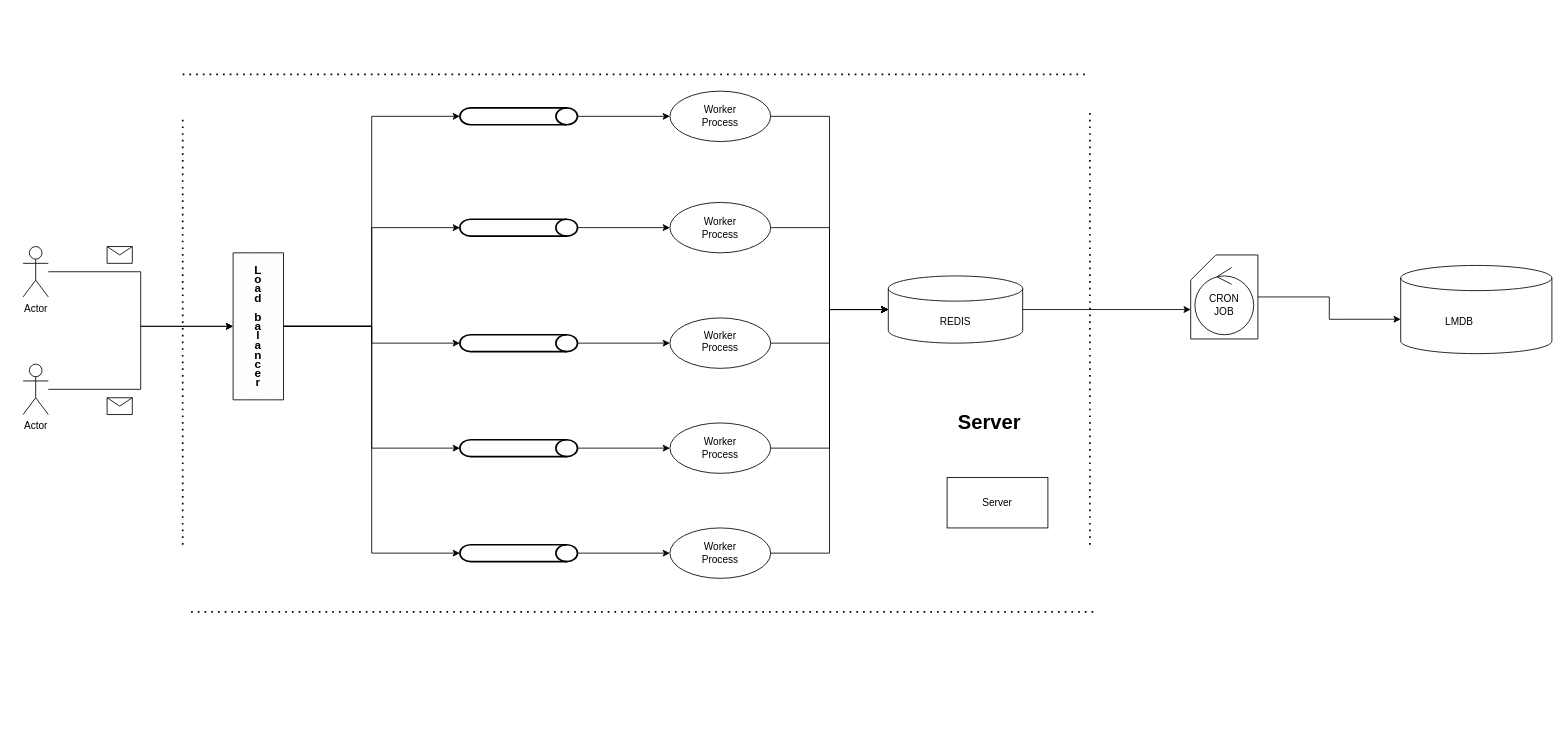
Earlier version of the draw.io diagram msgLengthCntAggrigator.drawio (mr-optimizer/System_architecture_diagrams). Source tidied: cells renumbered, new cells numbered last; positions are measured from the earlier drawing's top-left corner, leaving out a move shared by most shapes. Both pictures are drawn from the tidied source at 84%, with x=0, y=0 at pixel (23, 74).
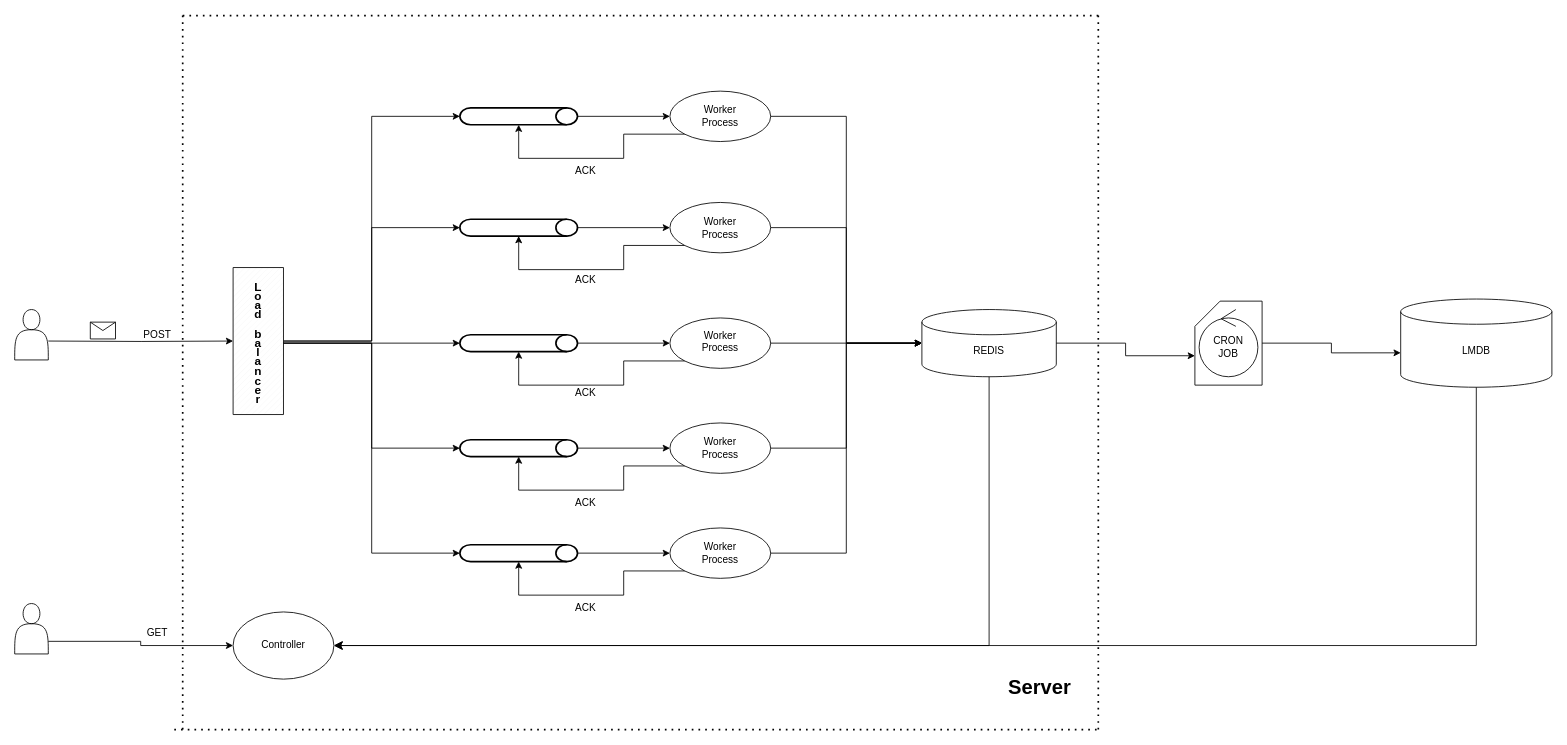
After the change.

Unchanged cells that the change refers to:
```xml
<mxCell id="15" style="ellipse;whiteSpace=wrap;html=1;" parent="1" vertex="1">
  <mxGeometry x="770" y="20" width="120" height="60" as="geometry" />
</mxCell>
<mxCell id="16" style="ellipse;whiteSpace=wrap;html=1;" parent="1" vertex="1">
  <mxGeometry x="770" y="152.5" width="120" height="60" as="geometry" />
</mxCell>
<mxCell id="17" style="ellipse;whiteSpace=wrap;html=1;" parent="1" vertex="1">
  <mxGeometry x="770" y="290" width="120" height="60" as="geometry" />
</mxCell>
<mxCell id="18" style="ellipse;whiteSpace=wrap;html=1;" parent="1" vertex="1">
  <mxGeometry x="770" y="415" width="120" height="60" as="geometry" />
</mxCell>
<mxCell id="19" style="ellipse;whiteSpace=wrap;html=1;" parent="1" vertex="1">
  <mxGeometry x="770" y="540" width="120" height="60" as="geometry" />
</mxCell>
<mxCell id="21" style="strokeWidth=2;html=1;shape=mxgraph.flowchart.direct_data;whiteSpace=wrap;" parent="1" vertex="1">
  <mxGeometry x="520" y="40" width="140" height="20" as="geometry" />
</mxCell>
<mxCell id="23" style="strokeWidth=2;html=1;shape=mxgraph.flowchart.direct_data;whiteSpace=wrap;" parent="1" vertex="1">
  <mxGeometry x="520" y="172.5" width="140" height="20" as="geometry" />
</mxCell>
<mxCell id="25" style="strokeWidth=2;html=1;shape=mxgraph.flowchart.direct_data;whiteSpace=wrap;" parent="1" vertex="1">
  <mxGeometry x="520" y="310" width="140" height="20" as="geometry" />
</mxCell>
<mxCell id="27" style="strokeWidth=2;html=1;shape=mxgraph.flowchart.direct_data;whiteSpace=wrap;" parent="1" vertex="1">
  <mxGeometry x="520" y="435" width="140" height="20" as="geometry" />
</mxCell>
<mxCell id="29" style="strokeWidth=2;html=1;shape=mxgraph.flowchart.direct_data;whiteSpace=wrap;" parent="1" vertex="1">
  <mxGeometry x="520" y="560" width="140" height="20" as="geometry" />
</mxCell>
```

Change to the diagram source:
```diff
@@
-    <mxCell id="2" value="Actor" style="shape=umlActor;verticalLabelPosition=bottom;verticalAlign=top;html=1;" parent="1" vertex="1">
-      <mxGeometry y="205" width="30" height="60" as="geometry" />
-    </mxCell>
@@
     <mxCell id="5" style="verticalLabelPosition=bottom;verticalAlign=top;html=1;shape=mxgraph.basic.patternFillRect;fillStyle=diag;step=5;fillStrokeWidth=0.2;fillStrokeColor=#dddddd;" parent="1" vertex="1">
-      <mxGeometry x="250" y="212.5" width="60" height="175" as="geometry" />
+      <mxGeometry x="250" y="230" width="60" height="175" as="geometry" />
     </mxCell>
-    <mxCell id="6" style="edgeStyle=orthogonalEdgeStyle;rounded=0;jettySize=auto;html=1;entryX=0;entryY=0.5;entryDx=0;entryDy=0;entryPerimeter=0;" parent="1" edge="1" source="2" target="5">
-      <mxGeometry relative="1" as="geometry" />
-    </mxCell>
-    <mxCell id="7" style="shape=message;html=1;html=1;labelPosition=center;verticalLabelPosition=bottom;align=center;verticalAlign=top;" parent="1" vertex="1">
-      <mxGeometry x="100" y="205" width="30" height="20" as="geometry" />
-    </mxCell>
-    <mxCell id="8" value="Actor" style="shape=umlActor;verticalLabelPosition=bottom;verticalAlign=top;html=1;" parent="1" vertex="1">
-      <mxGeometry y="345" width="30" height="60" as="geometry" />
-    </mxCell>
-    <mxCell id="9" style="edgeStyle=orthogonalEdgeStyle;rounded=0;jettySize=auto;html=1;entryX=0;entryY=0.5;entryDx=0;entryDy=0;entryPerimeter=0;" parent="1" edge="1" source="8" target="5">
-      <mxGeometry relative="1" as="geometry" />
+    <mxCell id="9" style="edgeStyle=orthogonalEdgeStyle;rounded=0;jettySize=auto;html=1;entryX=0;entryY=0.5;entryDx=0;entryDy=0;entryPerimeter=0;" parent="1" edge="1" target="5">
+      <mxGeometry relative="1" as="geometry">
+        <mxPoint x="30" y="317.5" as="sourcePoint" />
+      </mxGeometry>
     </mxCell>
     <mxCell id="10" style="shape=message;html=1;html=1;labelPosition=center;verticalLabelPosition=bottom;align=center;verticalAlign=top;" parent="1" vertex="1">
-      <mxGeometry x="100" y="385" width="30" height="20" as="geometry" />
+      <mxGeometry x="80" y="295" width="30" height="20" as="geometry" />
     </mxCell>
@@
     <mxCell id="14" value="&lt;p style=&quot;line-height: 80%; font-size: 14px;&quot;&gt;&lt;b&gt;L&lt;br&gt;o&lt;br&gt;a&lt;br&gt;d&lt;br&gt;&lt;br&gt;b&lt;br&gt;a&lt;br&gt;l&lt;br&gt;a&lt;br&gt;n&lt;br&gt;c&lt;br&gt;e&lt;br&gt;r&lt;/b&gt;&lt;/p&gt;" style="text;html=1;strokeColor=none;fillColor=none;align=center;verticalAlign=middle;whiteSpace=wrap;rounded=0;" parent="1" vertex="1">
-      <mxGeometry x="250" y="285" width="60" height="30" as="geometry" />
+      <mxGeometry x="250" y="305" width="60" height="30" as="geometry" />
     </mxCell>
@@
     <mxCell id="35" style="shape=cylinder3;whiteSpace=wrap;html=1;boundedLbl=1;backgroundOutline=1;size=15;" parent="1" vertex="1">
-      <mxGeometry x="1030" y="240" width="160" height="80" as="geometry" />
+      <mxGeometry x="1070" y="280" width="160" height="80" as="geometry" />
     </mxCell>
@@
     <mxCell id="41" value="REDIS" style="text;html=1;strokeColor=none;fillColor=none;align=center;verticalAlign=middle;whiteSpace=wrap;rounded=0;" parent="1" vertex="1">
-      <mxGeometry x="1080" y="280" width="60" height="30" as="geometry" />
+      <mxGeometry x="1120" y="315" width="60" height="30" as="geometry" />
     </mxCell>
     <mxCell id="42" style="endArrow=none;dashed=1;html=1;dashPattern=1 3;strokeWidth=2;rounded=0;" parent="1" edge="1">
       <mxGeometry relative="1" as="geometry">
-        <mxPoint x="190" as="sourcePoint" />
-        <mxPoint x="1270" as="targetPoint" />
+        <mxPoint x="190" y="-70" as="sourcePoint" />
+        <mxPoint x="1280" y="-70" as="targetPoint" />
       </mxGeometry>
     </mxCell>
     <mxCell id="43" style="endArrow=none;dashed=1;html=1;dashPattern=1 3;strokeWidth=2;rounded=0;" parent="1" edge="1">
       <mxGeometry relative="1" as="geometry">
-        <mxPoint x="190" y="560" as="sourcePoint" />
-        <mxPoint x="190" y="50" as="targetPoint" />
+        <mxPoint x="190" y="780" as="sourcePoint" />
+        <mxPoint x="190" y="-70" as="targetPoint" />
       </mxGeometry>
     </mxCell>
     <mxCell id="44" style="endArrow=none;dashed=1;html=1;dashPattern=1 3;strokeWidth=2;rounded=0;" parent="1" edge="1">
       <mxGeometry relative="1" as="geometry">
-        <mxPoint x="1270" y="560" as="sourcePoint" />
-        <mxPoint x="1270" y="40" as="targetPoint" />
+        <mxPoint x="1280" y="780" as="sourcePoint" />
+        <mxPoint x="1280" y="-70" as="targetPoint" />
       </mxGeometry>
     </mxCell>
     <mxCell id="45" style="endArrow=none;dashed=1;html=1;dashPattern=1 3;strokeWidth=2;rounded=0;" parent="1" edge="1">
       <mxGeometry relative="1" as="geometry">
-        <mxPoint x="200" y="640" as="sourcePoint" />
-        <mxPoint x="1280" y="640" as="targetPoint" />
+        <mxPoint x="180" y="780" as="sourcePoint" />
+        <mxPoint x="1280" y="780" as="targetPoint" />
       </mxGeometry>
     </mxCell>
-    <mxCell id="46" style="rounded=0;whiteSpace=wrap;html=1;" parent="1" vertex="1">
-      <mxGeometry x="1100" y="480" width="120" height="60" as="geometry" />
-    </mxCell>
-    <mxCell id="47" value="Server" style="text;html=1;strokeColor=none;fillColor=none;align=center;verticalAlign=middle;whiteSpace=wrap;rounded=0;" parent="1" vertex="1">
-      <mxGeometry x="1130" y="495" width="60" height="30" as="geometry" />
-    </mxCell>
     <mxCell id="48" style="shape=cylinder3;whiteSpace=wrap;html=1;boundedLbl=1;backgroundOutline=1;size=15;" parent="1" vertex="1">
-      <mxGeometry x="1640" y="227.5" width="180" height="105" as="geometry" />
+      <mxGeometry x="1640" y="267.5" width="180" height="105" as="geometry" />
     </mxCell>
     <mxCell id="49" value="LMDB" style="text;html=1;strokeColor=none;fillColor=none;align=center;verticalAlign=middle;whiteSpace=wrap;rounded=0;" parent="1" vertex="1">
-      <mxGeometry x="1680" y="280" width="60" height="30" as="geometry" />
+      <mxGeometry x="1700" y="315" width="60" height="30" as="geometry" />
     </mxCell>
     <mxCell id="50" style="shape=card;whiteSpace=wrap;html=1;" parent="1" vertex="1">
-      <mxGeometry x="1390" y="215" width="80" height="100" as="geometry" />
+      <mxGeometry x="1395" y="270" width="80" height="100" as="geometry" />
     </mxCell>
     <mxCell id="51" value="Server" style="text;strokeColor=none;fillColor=none;html=1;fontSize=24;fontStyle=1;verticalAlign=middle;align=center;" parent="1" vertex="1">
-      <mxGeometry x="1100" y="395" width="100" height="40" as="geometry" />
+      <mxGeometry x="1160" y="710" width="100" height="40" as="geometry" />
     </mxCell>
     <mxCell id="52" value="CRON&lt;br&gt;JOB" style="ellipse;shape=umlControl;whiteSpace=wrap;html=1;" parent="1" vertex="1">
-      <mxGeometry x="1395" y="230" width="70" height="80" as="geometry" />
+      <mxGeometry x="1400" y="280" width="70" height="80" as="geometry" />
     </mxCell>
@@
+    <mxCell id="55" style="edgeStyle=orthogonalEdgeStyle;rounded=0;jettySize=auto;html=1;exitX=0;exitY=1;exitDx=0;exitDy=0;entryX=0.5;entryY=1;entryDx=0;entryDy=0;entryPerimeter=0;" parent="1" edge="1" source="15" target="21">
+      <mxGeometry relative="1" as="geometry" />
+    </mxCell>
+    <mxCell id="56" style="edgeStyle=orthogonalEdgeStyle;rounded=0;jettySize=auto;html=1;exitX=0;exitY=1;exitDx=0;exitDy=0;entryX=0.5;entryY=1;entryDx=0;entryDy=0;entryPerimeter=0;" parent="1" edge="1" source="16" target="23">
+      <mxGeometry relative="1" as="geometry" />
+    </mxCell>
+    <mxCell id="57" style="edgeStyle=orthogonalEdgeStyle;rounded=0;jettySize=auto;html=1;exitX=0;exitY=1;exitDx=0;exitDy=0;entryX=0.5;entryY=1;entryDx=0;entryDy=0;entryPerimeter=0;" parent="1" edge="1" source="17" target="25">
+      <mxGeometry relative="1" as="geometry" />
+    </mxCell>
+    <mxCell id="58" style="edgeStyle=orthogonalEdgeStyle;rounded=0;jettySize=auto;html=1;exitX=0;exitY=1;exitDx=0;exitDy=0;entryX=0.5;entryY=1;entryDx=0;entryDy=0;entryPerimeter=0;" parent="1" edge="1" source="18" target="27">
+      <mxGeometry relative="1" as="geometry" />
+    </mxCell>
+    <mxCell id="59" style="edgeStyle=orthogonalEdgeStyle;rounded=0;jettySize=auto;html=1;exitX=0;exitY=1;exitDx=0;exitDy=0;entryX=0.5;entryY=1;entryDx=0;entryDy=0;entryPerimeter=0;" parent="1" edge="1" source="19" target="29">
+      <mxGeometry relative="1" as="geometry" />
+    </mxCell>
+    <mxCell id="60" value="ACK" style="text;html=1;strokeColor=none;fillColor=none;align=center;verticalAlign=middle;whiteSpace=wrap;rounded=0;" parent="1" vertex="1">
+      <mxGeometry x="640" y="100" width="60" height="30" as="geometry" />
+    </mxCell>
+    <mxCell id="61" value="ACK" style="text;html=1;strokeColor=none;fillColor=none;align=center;verticalAlign=middle;whiteSpace=wrap;rounded=0;" parent="1" vertex="1">
+      <mxGeometry x="640" y="230" width="60" height="30" as="geometry" />
+    </mxCell>
+    <mxCell id="62" value="ACK" style="text;html=1;strokeColor=none;fillColor=none;align=center;verticalAlign=middle;whiteSpace=wrap;rounded=0;" parent="1" vertex="1">
+      <mxGeometry x="640" y="365" width="60" height="30" as="geometry" />
+    </mxCell>
+    <mxCell id="63" value="ACK" style="text;html=1;strokeColor=none;fillColor=none;align=center;verticalAlign=middle;whiteSpace=wrap;rounded=0;" parent="1" vertex="1">
+      <mxGeometry x="640" y="495" width="60" height="30" as="geometry" />
+    </mxCell>
+    <mxCell id="64" value="ACK" style="text;html=1;strokeColor=none;fillColor=none;align=center;verticalAlign=middle;whiteSpace=wrap;rounded=0;" parent="1" vertex="1">
+      <mxGeometry x="640" y="620" width="60" height="30" as="geometry" />
+    </mxCell>
+    <mxCell id="65" value="POST" style="text;html=1;strokeColor=none;fillColor=none;align=center;verticalAlign=middle;whiteSpace=wrap;rounded=0;" parent="1" vertex="1">
+      <mxGeometry x="130" y="295" width="60" height="30" as="geometry" />
+    </mxCell>
+    <mxCell id="66" style="ellipse;whiteSpace=wrap;html=1;" parent="1" vertex="1">
+      <mxGeometry x="250" y="640" width="120" height="80" as="geometry" />
+    </mxCell>
+    <mxCell id="67" style="edgeStyle=orthogonalEdgeStyle;rounded=0;jettySize=auto;html=1;entryX=0;entryY=0.5;entryDx=0;entryDy=0;exitX=1;exitY=0.75;exitDx=0;exitDy=0;" parent="1" edge="1" source="73" target="66">
+      <mxGeometry relative="1" as="geometry" />
+    </mxCell>
+    <mxCell id="68" value="GET" style="text;html=1;strokeColor=none;fillColor=none;align=center;verticalAlign=middle;whiteSpace=wrap;rounded=0;" parent="1" vertex="1">
+      <mxGeometry x="130" y="650" width="60" height="30" as="geometry" />
+    </mxCell>
+    <mxCell id="69" value="Controller" style="text;html=1;strokeColor=none;fillColor=none;align=center;verticalAlign=middle;whiteSpace=wrap;rounded=0;" parent="1" vertex="1">
+      <mxGeometry x="280" y="665" width="60" height="30" as="geometry" />
+    </mxCell>
+    <mxCell id="70" style="edgeStyle=segmentEdgeStyle;endArrow=classic;html=1;curved=0;rounded=0;endSize=8;startSize=8;exitX=0.5;exitY=1;exitDx=0;exitDy=0;entryX=1;entryY=0.5;entryDx=0;entryDy=0;exitPerimeter=0;" parent="1" edge="1" source="35" target="66">
+      <mxGeometry relative="1" as="geometry">
+        <Array as="points">
+          <mxPoint x="1150" y="680" />
+        </Array>
+      </mxGeometry>
+    </mxCell>
+    <mxCell id="71" style="edgeStyle=segmentEdgeStyle;endArrow=classic;html=1;curved=0;rounded=0;endSize=8;startSize=8;entryX=1;entryY=0.5;entryDx=0;entryDy=0;exitX=0.5;exitY=1;exitDx=0;exitDy=0;exitPerimeter=0;" parent="1" edge="1" source="48" target="66">
+      <mxGeometry relative="1" as="geometry">
+        <Array as="points">
+          <mxPoint x="1730" y="680" />
+        </Array>
+      </mxGeometry>
+    </mxCell>
+    <mxCell id="72" style="shape=actor;whiteSpace=wrap;html=1;" parent="1" vertex="1">
+      <mxGeometry x="-10" y="280" width="40" height="60" as="geometry" />
+    </mxCell>
+    <mxCell id="73" style="shape=actor;whiteSpace=wrap;html=1;" parent="1" vertex="1">
+      <mxGeometry x="-10" y="630" width="40" height="60" as="geometry" />
+    </mxCell>
```
